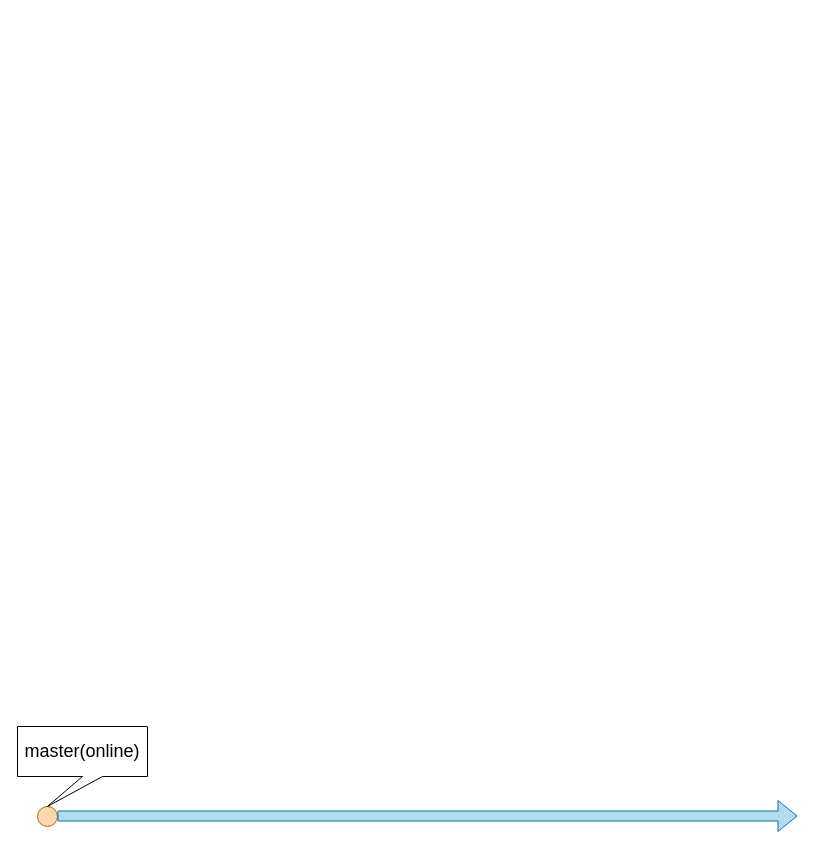
Before: page "git-merge" (3 of 3) of docs/notes/git-npm/images/git-branch-opinion.drawio in Rain120/study-notes, a draw.io diagram. Source tidied: cells renumbered, new cells numbered last; positions are measured from the earlier drawing's top-left corner, leaving out a move shared by most shapes. Both pictures are drawn from the tidied source at 100%, with x=0, y=0 at pixel (17, 726).
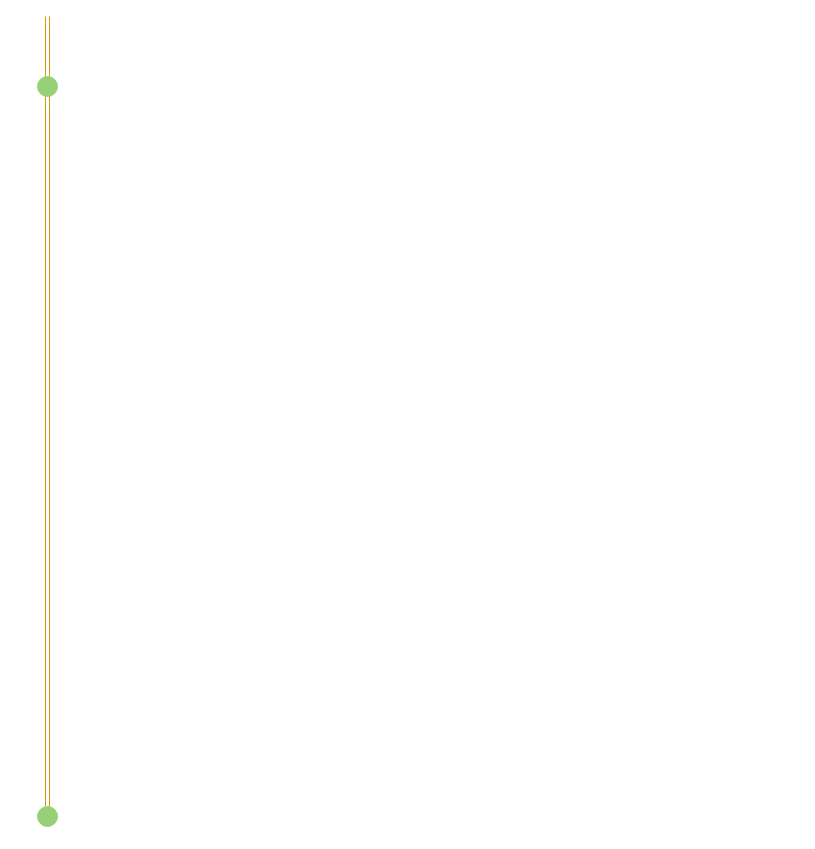
Above is the later version.

Diff of the diagram source:
```diff
@@
 <mxGraphModel>
   <root>
     <mxCell id="0" />
     <mxCell id="1" parent="0" />
+    <mxCell id="5" style="edgeStyle=orthogonalEdgeStyle;rounded=0;jettySize=auto;html=1;exitX=0.5;exitY=0;exitDx=0;exitDy=0;entryX=0.5;entryY=1;entryDx=0;entryDy=0;shape=link;fillColor=#ffe6cc;strokeColor=#d79b00;backgroundOutline=0;" parent="1" edge="1" source="2" target="7">
+      <mxGeometry relative="1" as="geometry" />
+    </mxCell>
-    <mxCell id="2" style="ellipse;whiteSpace=wrap;html=1;fillColor=#fad7ac;strokeColor=#b46504;" parent="1" vertex="1">
+    <mxCell id="2" style="ellipse;whiteSpace=wrap;html=1;fillColor=#97D077;strokeColor=#97D077;" parent="1" vertex="1">
       <mxGeometry x="20" y="80" width="20" height="20" as="geometry" />
     </mxCell>
-    <mxCell id="3" style="shape=flexArrow;endArrow=classic;html=1;fillColor=#b1ddf0;strokeColor=#10739e;" parent="1" edge="1">
-      <mxGeometry relative="1" as="geometry">
-        <mxPoint x="40" y="89.5" as="sourcePoint" />
-        <mxPoint x="780" y="89.5" as="targetPoint" />
-      </mxGeometry>
-    </mxCell>
-    <mxCell id="4" value="&lt;font style=&quot;font-size: 18px&quot;&gt;master(online)&lt;/font&gt;" style="shape=callout;whiteSpace=wrap;html=1;perimeter=calloutPerimeter;position2=0.23;" parent="1" vertex="1">
-      <mxGeometry width="130" height="80" as="geometry" />
-    </mxCell>
+    <mxCell id="6" style="edgeStyle=orthogonalEdgeStyle;shape=link;rounded=0;jettySize=auto;html=1;exitX=0.5;exitY=0;exitDx=0;exitDy=0;fillColor=#ffe6cc;strokeColor=#d79b00;" parent="1" edge="1" source="7">
+      <mxGeometry relative="1" as="geometry">
+        <mxPoint x="30" y="-710" as="targetPoint" />
+      </mxGeometry>
+    </mxCell>
+    <mxCell id="7" style="ellipse;whiteSpace=wrap;html=1;fillColor=#97D077;strokeColor=#97D077;" parent="1" vertex="1">
+      <mxGeometry x="20" y="-650" width="20" height="20" as="geometry" />
+    </mxCell>
   </root>
 </mxGraphModel>
```
